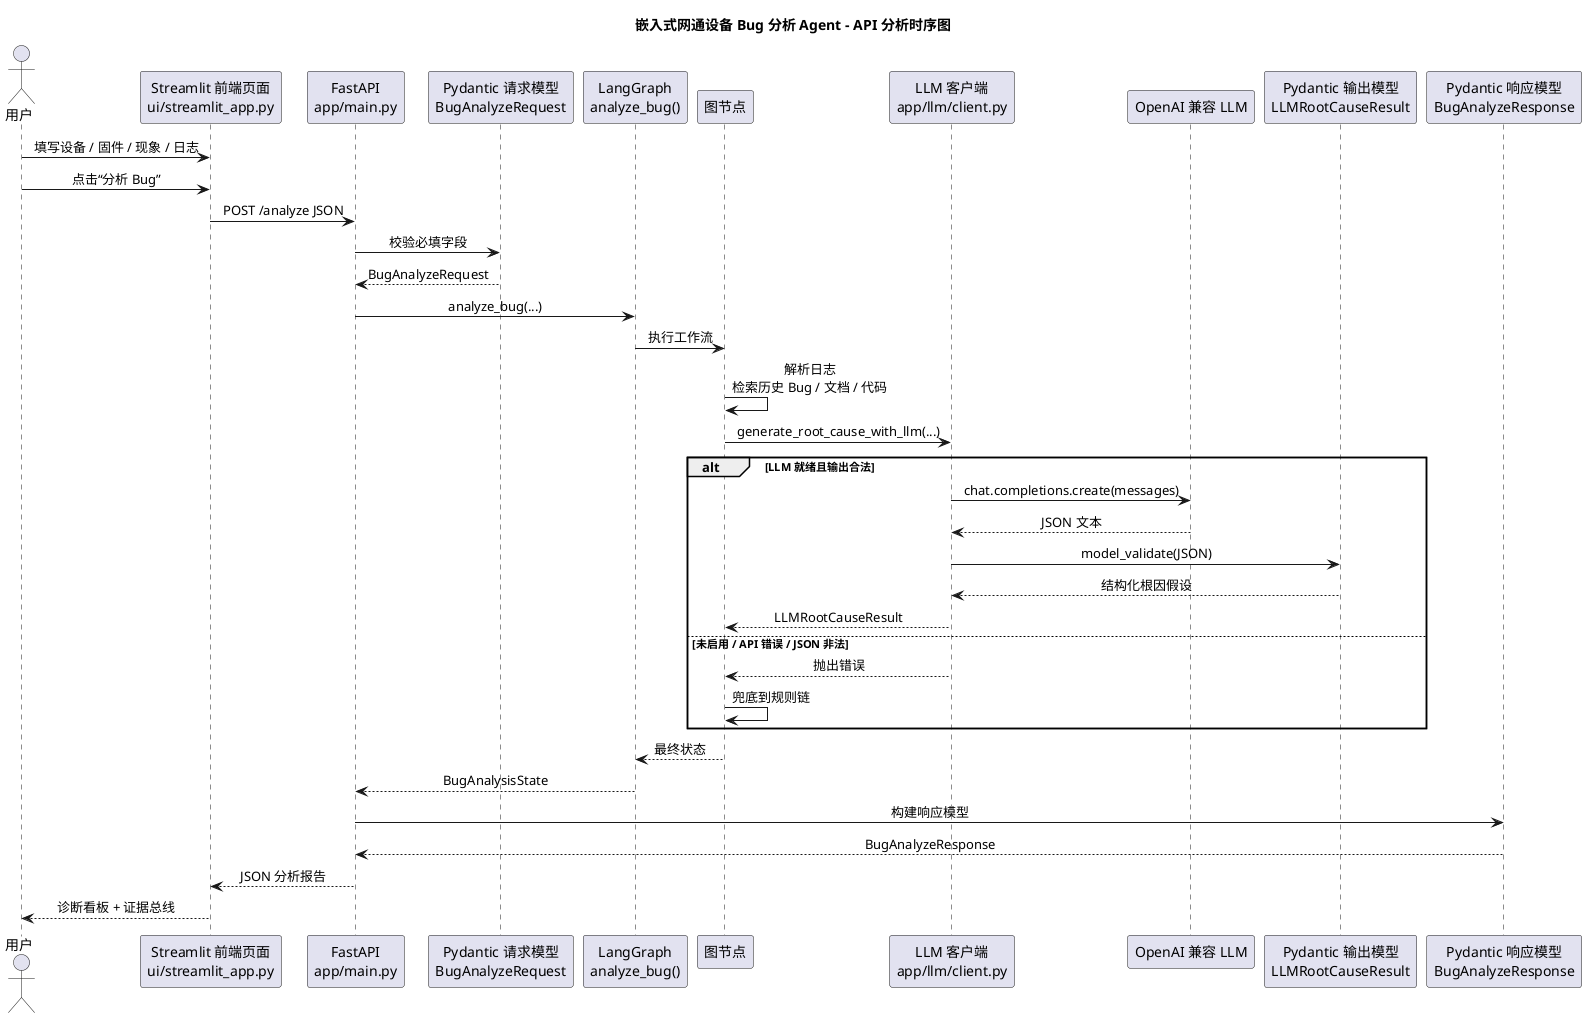
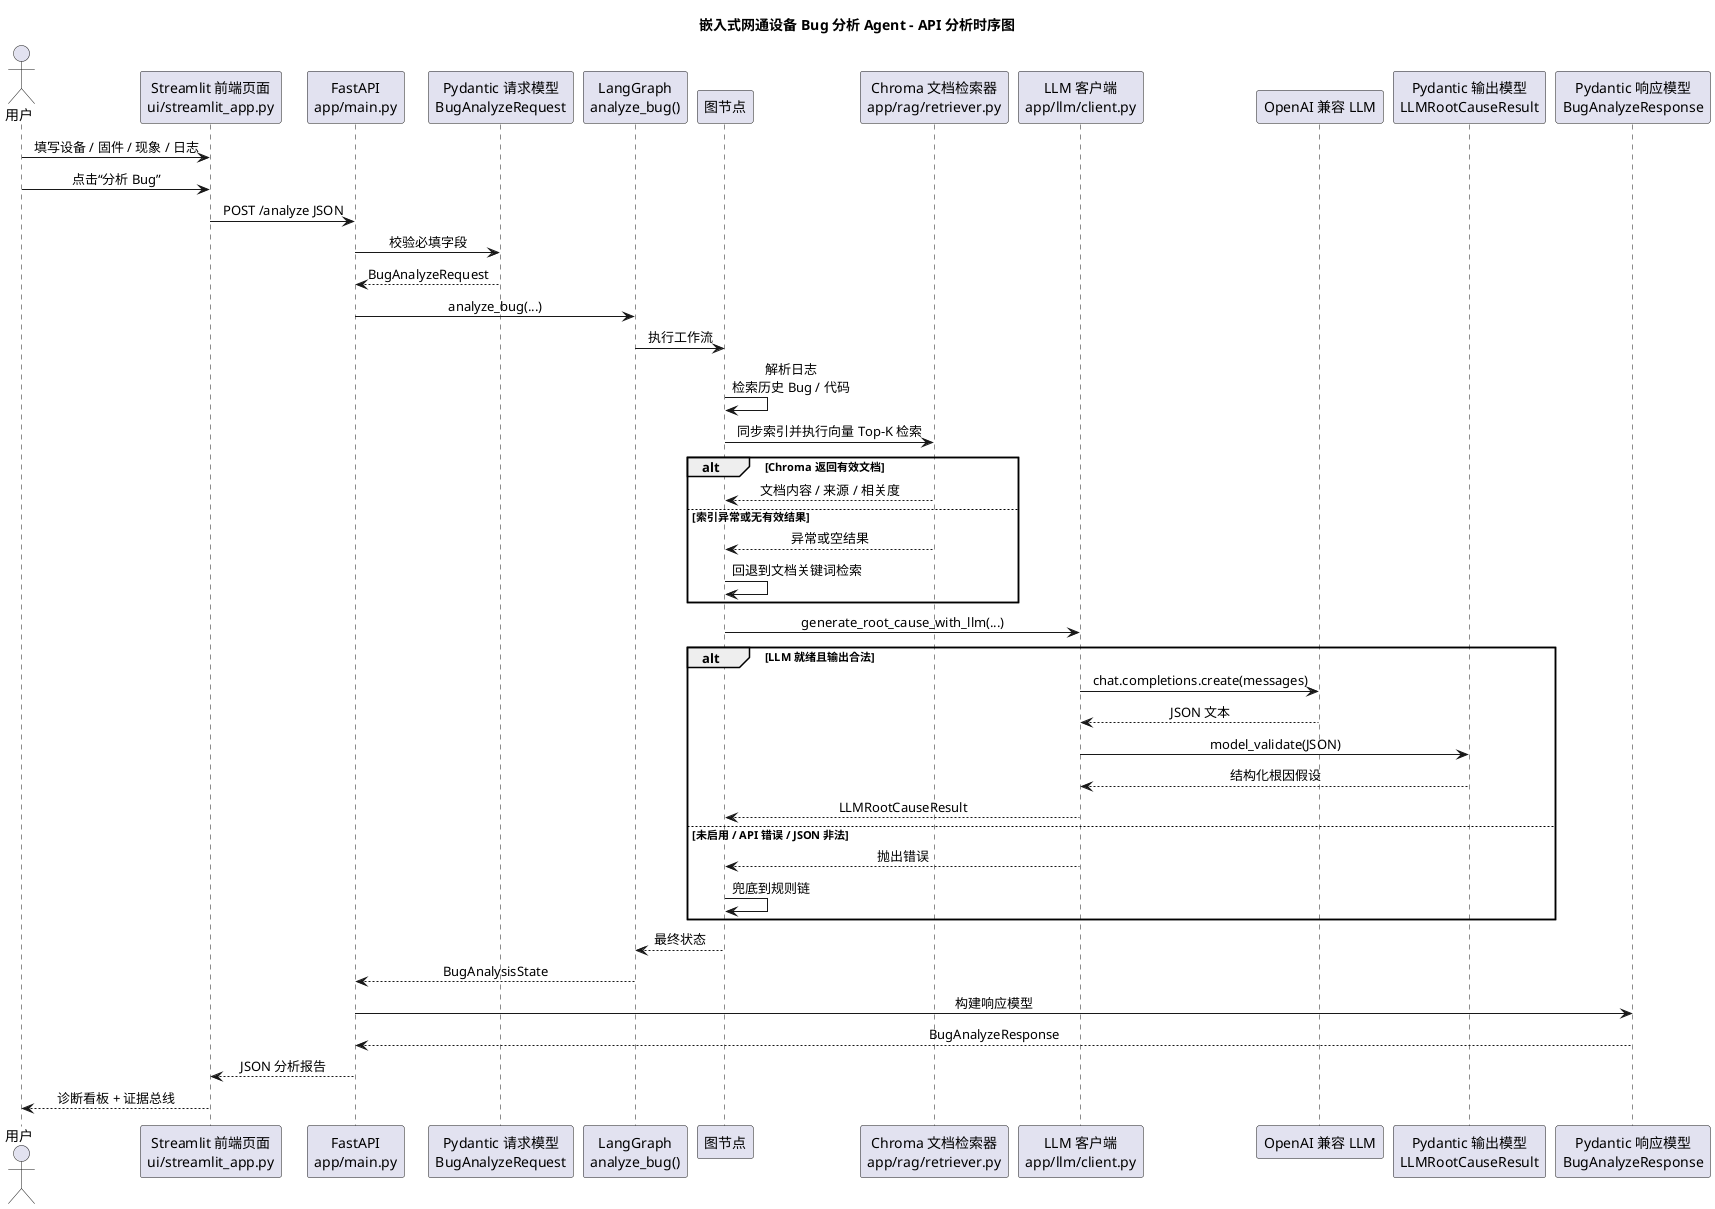
@startuml
title 嵌入式网通设备 Bug 分析 Agent - API 分析时序图

skinparam shadowing false
skinparam sequenceMessageAlign center

actor 用户 as User
participant "Streamlit 前端页面\nui/streamlit_app.py" as UI
participant "FastAPI\napp/main.py" as API
participant "Pydantic 请求模型\nBugAnalyzeRequest" as Req
participant "LangGraph\nanalyze_bug()" as Graph
participant "图节点" as Nodes
+ participant "Chroma 文档检索器\napp/rag/retriever.py" as Retriever
participant "LLM 客户端\napp/llm/client.py" as LLMClient
participant "OpenAI 兼容 LLM" as LLM
participant "Pydantic 输出模型\nLLMRootCauseResult" as LLMSchema
participant "Pydantic 响应模型\nBugAnalyzeResponse" as Resp

User -> UI : 填写设备 / 固件 / 现象 / 日志
User -> UI : 点击“分析 Bug”
UI -> API : POST /analyze JSON
API -> Req : 校验必填字段
Req --> API : BugAnalyzeRequest

API -> Graph : analyze_bug(...)
Graph -> Nodes : 执行工作流

- Nodes -> Nodes : 解析日志\n检索历史 Bug / 文档 / 代码
+ Nodes -> Nodes : 解析日志\n检索历史 Bug / 代码
+ Nodes -> Retriever : 同步索引并执行向量 Top-K 检索
+ alt Chroma 返回有效文档
+   Retriever --> Nodes : 文档内容 / 来源 / 相关度
+ else 索引异常或无有效结果
+   Retriever --> Nodes : 异常或空结果
+   Nodes -> Nodes : 回退到文档关键词检索
+ end
Nodes -> LLMClient : generate_root_cause_with_llm(...)

alt LLM 就绪且输出合法
  LLMClient -> LLM : chat.completions.create(messages)
  LLM --> LLMClient : JSON 文本
  LLMClient -> LLMSchema : model_validate(JSON)
  LLMSchema --> LLMClient : 结构化根因假设
  LLMClient --> Nodes : LLMRootCauseResult
else 未启用 / API 错误 / JSON 非法
  LLMClient --> Nodes : 抛出错误
  Nodes -> Nodes : 兜底到规则链
end

Nodes --> Graph : 最终状态
Graph --> API : BugAnalysisState
API -> Resp : 构建响应模型
Resp --> API : BugAnalyzeResponse
API --> UI : JSON 分析报告
UI --> User : 诊断看板 + 证据总线

@enduml
